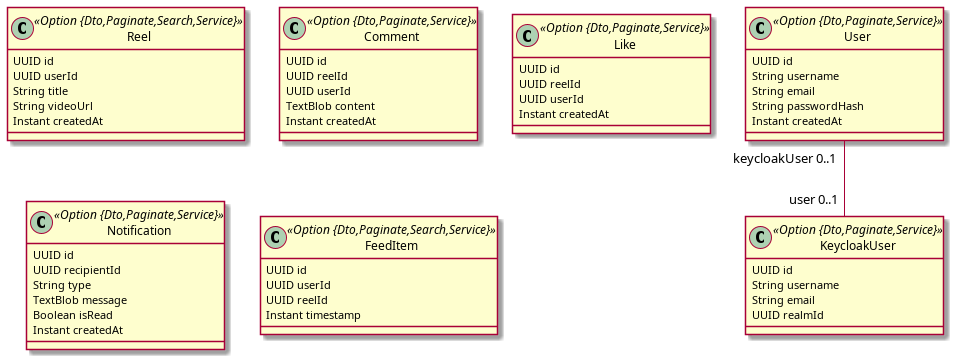
Above: docs/jdl/app.png in phungle2508/AppF4 (PlantUML), before the change.
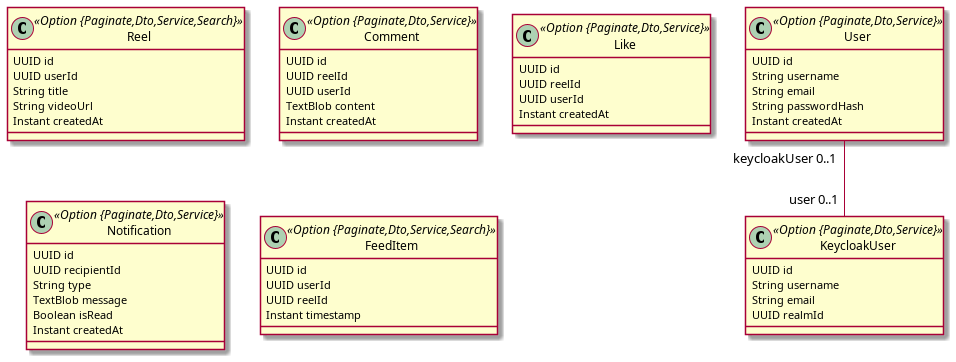
After the change.

Change to the diagram source:
```diff
@@ -1,39 +1,39 @@
 @startuml
 	!pragma syntax class
-	class User <<Option {Dto,Paginate,Service}>> {
+	class User <<Option {Paginate,Dto,Service}>> {
 		UUID id
 		String username
 		String email
 		String passwordHash
 		Instant createdAt
 	}
-	class KeycloakUser <<Option {Dto,Paginate,Service}>> {
+	class KeycloakUser <<Option {Paginate,Dto,Service}>> {
 		UUID id
 		String username
 		String email
 		UUID realmId
 	}
-	class Reel <<Option {Dto,Paginate,Search,Service}>> {
+	class Reel <<Option {Paginate,Dto,Service,Search}>> {
 		UUID id
 		UUID userId
 		String title
 		String videoUrl
 		Instant createdAt
 	}
-	class Comment <<Option {Dto,Paginate,Service}>> {
+	class Comment <<Option {Paginate,Dto,Service}>> {
 		UUID id
 		UUID reelId
 		UUID userId
 		TextBlob content
 		Instant createdAt
 	}
-	class Like <<Option {Dto,Paginate,Service}>> {
+	class Like <<Option {Paginate,Dto,Service}>> {
 		UUID id
 		UUID reelId
 		UUID userId
 		Instant createdAt
 	}
-	class Notification <<Option {Dto,Paginate,Service}>> {
+	class Notification <<Option {Paginate,Dto,Service}>> {
 		UUID id
 		UUID recipientId
 		String type
@@ -41,7 +41,7 @@
 		Boolean isRead
 		Instant createdAt
 	}
-	class FeedItem <<Option {Dto,Paginate,Search,Service}>> {
+	class FeedItem <<Option {Paginate,Dto,Service,Search}>> {
 		UUID id
 		UUID userId
 		UUID reelId
```
